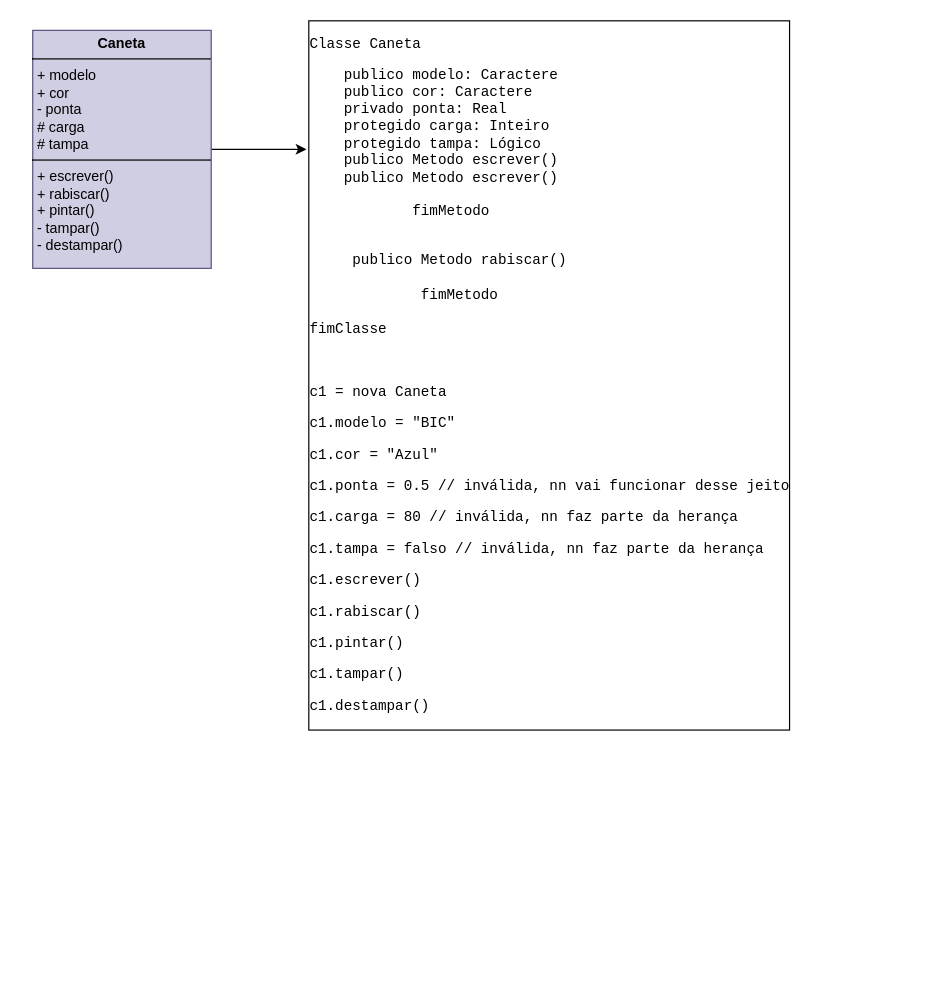
ryujin-n/Programming keeps this draw.io diagram as VSCode/Java/diagrama_de_classe.drawio. Above is the earlier version. Source tidied: cells renumbered, new cells numbered last; positions are measured from the earlier drawing's top-left corner, leaving out a move shared by most shapes. Both pictures are drawn from the tidied source at 119%, with x=0, y=0 at pixel (32, 30).
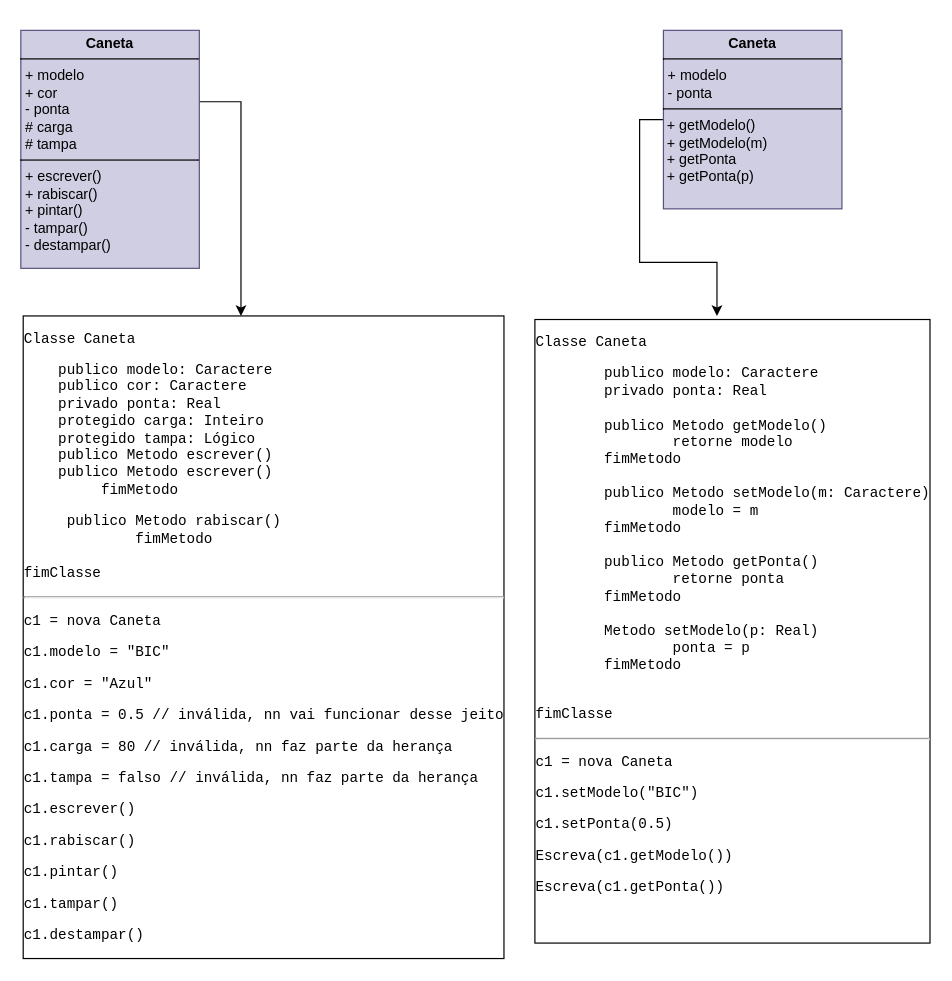
After the change.

Diff of the diagram source:
```diff
@@
 <mxGraphModel>
   <root>
     <mxCell id="0" />
     <mxCell id="1" parent="0" />
     <mxCell id="2" style="edgeStyle=orthogonalEdgeStyle;rounded=0;jettySize=auto;html=1;" parent="1" edge="1" source="3" target="4">
       <mxGeometry relative="1" as="geometry">
         <Array as="points">
-          <mxPoint x="300" y="30" />
-          <mxPoint x="300" y="30" />
+          <mxPoint x="175" y="60" />
         </Array>
       </mxGeometry>
     </mxCell>
     <mxCell id="3" value="&lt;p style=&quot;margin:0px;margin-top:4px;text-align:center;&quot;&gt;&lt;b&gt;Caneta&lt;/b&gt;&lt;/p&gt;&lt;hr size=&quot;1&quot; style=&quot;border-style:solid;&quot;&gt;&lt;p style=&quot;margin:0px;margin-left:4px;&quot;&gt;+ modelo&lt;br&gt;+ cor&lt;/p&gt;&lt;p style=&quot;margin:0px;margin-left:4px;&quot;&gt;- ponta&lt;/p&gt;&lt;p style=&quot;margin:0px;margin-left:4px;&quot;&gt;# carga&lt;/p&gt;&lt;p style=&quot;margin:0px;margin-left:4px;&quot;&gt;# tampa&lt;/p&gt;&lt;hr size=&quot;1&quot; style=&quot;border-style:solid;&quot;&gt;&lt;p style=&quot;margin:0px;margin-left:4px;&quot;&gt;+ escrever()&lt;/p&gt;&lt;p style=&quot;margin:0px;margin-left:4px;&quot;&gt;+ rabiscar()&lt;/p&gt;&lt;p style=&quot;margin:0px;margin-left:4px;&quot;&gt;+ pintar()&lt;/p&gt;&lt;p style=&quot;margin:0px;margin-left:4px;&quot;&gt;- tampar()&lt;/p&gt;&lt;p style=&quot;margin:0px;margin-left:4px;&quot;&gt;- destampar()&lt;/p&gt;&lt;p style=&quot;margin:0px;margin-left:4px;&quot;&gt;&lt;br&gt;&lt;/p&gt;" style="verticalAlign=top;align=left;overflow=fill;html=1;whiteSpace=wrap;fillColor=#d0cee2;strokeColor=#56517e;" parent="1" vertex="1">
-      <mxGeometry width="150" height="200" as="geometry" />
+      <mxGeometry x="-10" width="150" height="200" as="geometry" />
     </mxCell>
-    <mxCell id="4" value="&lt;div style=&quot;&quot;&gt;&lt;div style=&quot;&quot;&gt;&lt;pre style=&quot;font-family: &amp;quot;JetBrains Mono&amp;quot;, monospace;&quot;&gt;&lt;div style=&quot;line-height: 120%;&quot;&gt;&lt;p style=&quot;font-family: &amp;quot;JetBrains Mono&amp;quot;, monospace; line-height: 120%;&quot;&gt;&lt;/p&gt;&lt;pre&gt;&lt;span&gt;Classe Caneta&lt;/span&gt;&lt;/pre&gt;&lt;span&gt;    publico modelo: Caractere&lt;br&gt;&lt;/span&gt;&lt;span&gt;    publico cor: Caractere&lt;br&gt;&lt;/span&gt;&lt;span&gt;    privado ponta: Real&lt;br&gt;&lt;/span&gt;&lt;span&gt;    protegido carga: Inteiro&lt;br&gt;&lt;/span&gt;&lt;span&gt;    protegido tampa: Lógico&lt;br&gt;&lt;/span&gt;&lt;span&gt;    publico Metodo escrever()&lt;br&gt;&lt;/span&gt;&lt;span&gt;    publico Metodo escrever()&lt;br&gt;&lt;/span&gt;&lt;span&gt; &lt;br&gt;&lt;/span&gt;&lt;span&gt;    &lt;span style=&quot;white-space: pre;&quot;&gt;&#9;&lt;/span&gt;    fimMetodo&lt;/span&gt;&lt;p&gt;&lt;/p&gt;&lt;blockquote style=&quot;font-family: &amp;quot;JetBrains Mono&amp;quot;, monospace; line-height: 120%;&quot;&gt;&lt;/blockquote&gt;&lt;pre style=&quot;font-family: &amp;quot;JetBrains Mono&amp;quot;, monospace; line-height: 120%;&quot;&gt;&lt;span&gt;&lt;br&gt;     publico Metodo rabiscar()&lt;br&gt;   &lt;br&gt;             fimMetodo&lt;br&gt;&lt;br&gt;fimClasse&lt;/span&gt;&lt;/pre&gt;&lt;pre style=&quot;font-family: &amp;quot;JetBrains Mono&amp;quot;, monospace; line-height: 120%;&quot;&gt;&lt;span&gt;&lt;br&gt;&lt;/span&gt;&lt;/pre&gt;&lt;pre style=&quot;font-family: &amp;quot;JetBrains Mono&amp;quot;, monospace; line-height: 120%;&quot;&gt;&lt;span&gt;c1 = nova Caneta&lt;/span&gt;&lt;/pre&gt;&lt;pre style=&quot;font-family: &amp;quot;JetBrains Mono&amp;quot;, monospace; line-height: 120%;&quot;&gt;&lt;span&gt;c1.modelo = &quot;BIC&quot;&lt;/span&gt;&lt;/pre&gt;&lt;pre style=&quot;font-family: &amp;quot;JetBrains Mono&amp;quot;, monospace; line-height: 120%;&quot;&gt;&lt;span&gt;c1.cor = &quot;Azul&quot;&lt;/span&gt;&lt;/pre&gt;&lt;pre style=&quot;font-family: &amp;quot;JetBrains Mono&amp;quot;, monospace; line-height: 120%;&quot;&gt;&lt;span&gt;c1.ponta = 0.5 // inválida, nn vai funcionar desse jeito&lt;/span&gt;&lt;/pre&gt;&lt;pre style=&quot;font-family: &amp;quot;JetBrains Mono&amp;quot;, monospace; line-height: 120%;&quot;&gt;&lt;span&gt;c1.carga = 80 // inválida, nn faz parte da herança&lt;/span&gt;&lt;/pre&gt;&lt;pre style=&quot;font-family: &amp;quot;JetBrains Mono&amp;quot;, monospace; line-height: 120%;&quot;&gt;&lt;span&gt;c1.tampa = falso // inválida, nn faz parte da herança&lt;/span&gt;&lt;/pre&gt;&lt;pre style=&quot;font-family: &amp;quot;JetBrains Mono&amp;quot;, monospace; line-height: 120%;&quot;&gt;c1.escrever()&lt;/pre&gt;&lt;pre style=&quot;font-family: &amp;quot;JetBrains Mono&amp;quot;, monospace; line-height: 120%;&quot;&gt;c1.rabiscar()&lt;/pre&gt;&lt;pre style=&quot;font-family: &amp;quot;JetBrains Mono&amp;quot;, monospace; line-height: 120%;&quot;&gt;c1.pintar()&lt;/pre&gt;&lt;pre style=&quot;font-family: &amp;quot;JetBrains Mono&amp;quot;, monospace; line-height: 120%;&quot;&gt;c1.tampar()&lt;/pre&gt;&lt;pre style=&quot;font-family: &amp;quot;JetBrains Mono&amp;quot;, monospace; line-height: 120%;&quot;&gt;c1.destampar()&lt;/pre&gt;&lt;/div&gt;&lt;/pre&gt;&lt;/div&gt;&lt;/div&gt;" style="text;strokeColor=none;align=left;fillColor=none;html=1;verticalAlign=middle;rounded=0;fontColor=#000000;labelBorderColor=default;spacingLeft=0;whiteSpace=wrap;" parent="1" vertex="1">
-      <mxGeometry x="230" width="390" height="580" as="geometry" />
+    <mxCell id="4" value="&lt;div style=&quot;&quot;&gt;&lt;div style=&quot;&quot;&gt;&lt;pre style=&quot;&quot;&gt;&lt;div style=&quot;line-height: 120%;&quot;&gt;&lt;p style=&quot;font-family: &amp;quot;JetBrains Mono&amp;quot;, monospace; line-height: 120%;&quot;&gt;&lt;/p&gt;&lt;pre style=&quot;font-family: &amp;quot;JetBrains Mono&amp;quot;, monospace;&quot;&gt;&lt;span&gt;Classe Caneta&lt;/span&gt;&lt;/pre&gt;&lt;span style=&quot;font-family: &amp;quot;JetBrains Mono&amp;quot;, monospace;&quot;&gt;&lt;div style=&quot;&quot;&gt;&lt;span style=&quot;background-color: initial; white-space: normal;&quot;&gt;&amp;nbsp; &amp;nbsp; publico modelo: Caractere&lt;/span&gt;&lt;/div&gt;&lt;/span&gt;&lt;span style=&quot;font-family: &amp;quot;JetBrains Mono&amp;quot;, monospace;&quot;&gt;&lt;div style=&quot;&quot;&gt;&lt;span style=&quot;background-color: initial; white-space: normal;&quot;&gt;&amp;nbsp; &amp;nbsp; publico cor: Caractere&lt;/span&gt;&lt;/div&gt;&lt;/span&gt;&lt;span style=&quot;font-family: &amp;quot;JetBrains Mono&amp;quot;, monospace;&quot;&gt;&lt;div style=&quot;&quot;&gt;&lt;span style=&quot;background-color: initial; white-space: normal;&quot;&gt;&amp;nbsp; &amp;nbsp; privado ponta: Real&lt;/span&gt;&lt;/div&gt;&lt;/span&gt;&lt;span style=&quot;font-family: &amp;quot;JetBrains Mono&amp;quot;, monospace;&quot;&gt;&lt;div style=&quot;&quot;&gt;&lt;span style=&quot;background-color: initial; white-space: normal;&quot;&gt;&amp;nbsp; &amp;nbsp; protegido carga: Inteiro&lt;/span&gt;&lt;/div&gt;&lt;/span&gt;&lt;span style=&quot;font-family: &amp;quot;JetBrains Mono&amp;quot;, monospace;&quot;&gt;&lt;div style=&quot;&quot;&gt;&lt;span style=&quot;background-color: initial; white-space: normal;&quot;&gt;&amp;nbsp; &amp;nbsp; protegido tampa: Lógico&lt;/span&gt;&lt;/div&gt;&lt;/span&gt;&lt;span style=&quot;font-family: &amp;quot;JetBrains Mono&amp;quot;, monospace;&quot;&gt;&lt;div style=&quot;&quot;&gt;&lt;span style=&quot;background-color: initial; white-space: normal;&quot;&gt;&amp;nbsp; &amp;nbsp; publico Metodo escrever()&lt;/span&gt;&lt;/div&gt;&lt;/span&gt;&lt;span style=&quot;font-family: &amp;quot;JetBrains Mono&amp;quot;, monospace;&quot;&gt;&lt;div style=&quot;&quot;&gt;&lt;span style=&quot;background-color: initial; white-space: normal;&quot;&gt;&amp;nbsp; &amp;nbsp; publico Metodo escrever()&lt;/span&gt;&lt;/div&gt;&lt;/span&gt;&lt;span style=&quot;font-family: &amp;quot;JetBrains Mono&amp;quot;, monospace;&quot;&gt;&lt;div style=&quot;&quot;&gt;&lt;span style=&quot;background-color: initial; white-space: normal;&quot;&gt;&lt;/span&gt;&lt;/div&gt;&lt;/span&gt;&lt;span style=&quot;font-family: &amp;quot;JetBrains Mono&amp;quot;, monospace;&quot;&gt;&lt;div style=&quot;&quot;&gt;&lt;span style=&quot;background-color: initial; white-space: normal;&quot;&gt;    &lt;/span&gt;&lt;span style=&quot;background-color: initial;&quot;&gt;&#9;&lt;/span&gt;&lt;span style=&quot;background-color: initial; white-space: normal;&quot;&gt;    fimMetodo&lt;/span&gt;&lt;/div&gt;&lt;/span&gt;&lt;p style=&quot;font-family: &amp;quot;JetBrains Mono&amp;quot;, monospace;&quot;&gt;&lt;/p&gt;&lt;blockquote style=&quot;font-family: &amp;quot;JetBrains Mono&amp;quot;, monospace; line-height: 120%;&quot;&gt;&lt;/blockquote&gt;&lt;pre style=&quot;line-height: 120%;&quot;&gt;&lt;div style=&quot;font-family: &amp;quot;JetBrains Mono&amp;quot;, monospace;&quot;&gt;&lt;span style=&quot;background-color: initial; white-space: normal;&quot;&gt;&amp;nbsp; &amp;nbsp; &amp;nbsp;publico Metodo rabiscar()&lt;/span&gt;&lt;/div&gt;&lt;div style=&quot;font-family: &amp;quot;JetBrains Mono&amp;quot;, monospace;&quot;&gt;&lt;span style=&quot;background-color: initial; white-space: normal;&quot;&gt;&lt;/span&gt;&lt;/div&gt;&lt;div style=&quot;font-family: &amp;quot;JetBrains Mono&amp;quot;, monospace;&quot;&gt;&lt;span style=&quot;background-color: initial; white-space: normal;&quot;&gt;&amp;nbsp; &amp;nbsp; &amp;nbsp; &amp;nbsp; &amp;nbsp; &amp;nbsp; &amp;nbsp;fimMetodo&lt;/span&gt;&lt;/div&gt;&lt;div style=&quot;&quot;&gt;&lt;font face=&quot;JetBrains Mono, monospace&quot;&gt;&lt;br&gt;&lt;/font&gt;&lt;/div&gt;&lt;font face=&quot;JetBrains Mono, monospace&quot;&gt;&lt;div style=&quot;&quot;&gt;&lt;span style=&quot;background-color: initial; white-space: normal;&quot;&gt;fimClasse&lt;/span&gt;&lt;/div&gt;&lt;/font&gt;&lt;/pre&gt;&lt;pre style=&quot;font-family: &amp;quot;JetBrains Mono&amp;quot;, monospace; line-height: 120%;&quot;&gt;&lt;hr&gt;&lt;/pre&gt;&lt;pre style=&quot;font-family: &amp;quot;JetBrains Mono&amp;quot;, monospace; line-height: 120%;&quot;&gt;&lt;span&gt;c1 = nova Caneta&lt;/span&gt;&lt;/pre&gt;&lt;pre style=&quot;font-family: &amp;quot;JetBrains Mono&amp;quot;, monospace; line-height: 120%;&quot;&gt;&lt;span&gt;c1.modelo = &quot;BIC&quot;&lt;/span&gt;&lt;/pre&gt;&lt;pre style=&quot;font-family: &amp;quot;JetBrains Mono&amp;quot;, monospace; line-height: 120%;&quot;&gt;&lt;span&gt;c1.cor = &quot;Azul&quot;&lt;/span&gt;&lt;/pre&gt;&lt;pre style=&quot;font-family: &amp;quot;JetBrains Mono&amp;quot;, monospace; line-height: 120%;&quot;&gt;&lt;span&gt;c1.ponta = 0.5 // inválida, nn vai funcionar desse jeito&lt;/span&gt;&lt;/pre&gt;&lt;pre style=&quot;font-family: &amp;quot;JetBrains Mono&amp;quot;, monospace; line-height: 120%;&quot;&gt;&lt;span&gt;c1.carga = 80 // inválida, nn faz parte da herança&lt;/span&gt;&lt;/pre&gt;&lt;pre style=&quot;font-family: &amp;quot;JetBrains Mono&amp;quot;, monospace; line-height: 120%;&quot;&gt;&lt;span&gt;c1.tampa = falso // inválida, nn faz parte da herança&lt;/span&gt;&lt;/pre&gt;&lt;pre style=&quot;font-family: &amp;quot;JetBrains Mono&amp;quot;, monospace; line-height: 120%;&quot;&gt;c1.escrever()&lt;/pre&gt;&lt;pre style=&quot;font-family: &amp;quot;JetBrains Mono&amp;quot;, monospace; line-height: 120%;&quot;&gt;c1.rabiscar()&lt;/pre&gt;&lt;pre style=&quot;font-family: &amp;quot;JetBrains Mono&amp;quot;, monospace; line-height: 120%;&quot;&gt;c1.pintar()&lt;/pre&gt;&lt;pre style=&quot;font-family: &amp;quot;JetBrains Mono&amp;quot;, monospace; line-height: 120%;&quot;&gt;c1.tampar()&lt;/pre&gt;&lt;pre style=&quot;font-family: &amp;quot;JetBrains Mono&amp;quot;, monospace; line-height: 120%;&quot;&gt;c1.destampar()&lt;/pre&gt;&lt;/div&gt;&lt;/pre&gt;&lt;/div&gt;&lt;/div&gt;" style="text;strokeColor=none;align=left;fillColor=none;html=1;verticalAlign=middle;rounded=0;fontColor=#000000;labelBorderColor=default;spacingLeft=0;whiteSpace=wrap;" parent="1" vertex="1">
+      <mxGeometry x="-10" y="240" width="370" height="540" as="geometry" />
     </mxCell>
+    <mxCell id="5" style="edgeStyle=orthogonalEdgeStyle;rounded=0;jettySize=auto;html=1;exitX=0;exitY=0.5;exitDx=0;exitDy=0;entryX=0.5;entryY=0;entryDx=0;entryDy=0;" parent="1" edge="1" source="6" target="7">
+      <mxGeometry relative="1" as="geometry" />
+    </mxCell>
+    <mxCell id="6" value="&lt;p style=&quot;margin:0px;margin-top:4px;text-align:center;&quot;&gt;&lt;b&gt;Caneta&lt;/b&gt;&lt;/p&gt;&lt;hr size=&quot;1&quot; style=&quot;border-style:solid;&quot;&gt;&lt;p style=&quot;margin:0px;margin-left:4px;&quot;&gt;+ modelo&lt;/p&gt;&lt;p style=&quot;margin:0px;margin-left:4px;&quot;&gt;&lt;span style=&quot;background-color: initial;&quot;&gt;- ponta&lt;/span&gt;&lt;/p&gt;&lt;p style=&quot;margin:0px;margin-left:4px;&quot;&gt;&lt;/p&gt;&lt;hr size=&quot;1&quot; style=&quot;border-style:solid;&quot;&gt;&amp;nbsp;+ getModelo()&lt;br&gt;&amp;nbsp;+ getModelo(m)&lt;br&gt;&amp;nbsp;+ getPonta&amp;nbsp;&lt;br&gt;&amp;nbsp;+ getPonta(p)&lt;br&gt;&lt;p style=&quot;margin:0px;margin-left:4px;&quot;&gt;&lt;/p&gt;&lt;p style=&quot;margin:0px;margin-left:4px;&quot;&gt;&lt;/p&gt;" style="verticalAlign=top;align=left;overflow=fill;html=1;whiteSpace=wrap;fillColor=#d0cee2;strokeColor=#56517e;" parent="1" vertex="1">
+      <mxGeometry x="530" width="150" height="150" as="geometry" />
+    </mxCell>
+    <mxCell id="7" value="&lt;div style=&quot;&quot;&gt;&lt;div style=&quot;&quot;&gt;&lt;pre style=&quot;&quot;&gt;&lt;div style=&quot;line-height: 120%;&quot;&gt;&lt;p style=&quot;font-family: &amp;quot;JetBrains Mono&amp;quot;, monospace; line-height: 120%;&quot;&gt;&lt;/p&gt;&lt;pre style=&quot;font-family: &amp;quot;JetBrains Mono&amp;quot;, monospace;&quot;&gt;&lt;span&gt;Classe Caneta&lt;/span&gt;&lt;/pre&gt;&lt;span style=&quot;font-family: &amp;quot;JetBrains Mono&amp;quot;, monospace;&quot;&gt;&lt;div style=&quot;&quot;&gt;&lt;span style=&quot;background-color: initial;&quot;&gt;&lt;span style=&quot;white-space: pre;&quot;&gt;&#9;&lt;/span&gt;publico modelo: Caractere&lt;/span&gt;&lt;/div&gt;&lt;/span&gt;&lt;span style=&quot;font-family: &amp;quot;JetBrains Mono&amp;quot;, monospace;&quot;&gt;&lt;div style=&quot;&quot;&gt;&lt;span style=&quot;background-color: initial;&quot;&gt;&lt;span style=&quot;white-space: pre;&quot;&gt;&#9;&lt;/span&gt;privado ponta: Real&lt;/span&gt;&lt;/div&gt;&lt;div style=&quot;&quot;&gt;&lt;span style=&quot;background-color: initial;&quot;&gt;&lt;br&gt;&lt;/span&gt;&lt;/div&gt;&lt;div style=&quot;&quot;&gt;&lt;div style=&quot;border-color: rgb(218, 220, 224);&quot;&gt;&lt;span style=&quot;white-space: pre;&quot;&gt;&#9;&lt;/span&gt;publico Metodo getModelo()&lt;br style=&quot;border-color: rgb(218, 220, 224);&quot;&gt;&lt;span style=&quot;border-color: rgb(218, 220, 224); background-color: initial;&quot;&gt;&lt;/span&gt;&lt;/div&gt;&lt;div style=&quot;border-color: rgb(218, 220, 224);&quot;&gt;&lt;span style=&quot;border-color: rgb(218, 220, 224); background-color: initial;&quot;&gt;&lt;span style=&quot;border-color: rgb(218, 220, 224);&quot;&gt;&lt;span style=&quot;white-space: pre;&quot;&gt;&#9;&lt;/span&gt;&lt;span style=&quot;white-space: pre;&quot;&gt;&#9;&lt;/span&gt;retorne modelo&lt;/span&gt;&lt;br style=&quot;border-color: rgb(218, 220, 224);&quot;&gt;&lt;/span&gt;&lt;/div&gt;&lt;div style=&quot;border-color: rgb(218, 220, 224);&quot;&gt;&lt;span style=&quot;white-space: pre;&quot;&gt;&#9;&lt;/span&gt;fimMetodo&lt;br style=&quot;border-color: rgb(218, 220, 224);&quot;&gt;&lt;/div&gt;&lt;div style=&quot;border-color: rgb(218, 220, 224);&quot;&gt;&lt;br style=&quot;border-color: rgb(218, 220, 224);&quot;&gt;&lt;/div&gt;&lt;div style=&quot;border-color: rgb(218, 220, 224);&quot;&gt;&lt;span style=&quot;white-space: pre;&quot;&gt;&#9;&lt;/span&gt;publico Metodo setModelo(m: Caractere)&lt;br style=&quot;border-color: rgb(218, 220, 224);&quot;&gt;&lt;/div&gt;&lt;div style=&quot;border-color: rgb(218, 220, 224);&quot;&gt;&lt;span style=&quot;white-space: pre;&quot;&gt;&#9;&lt;/span&gt;&lt;span style=&quot;white-space: pre;&quot;&gt;&#9;&lt;/span&gt;modelo = m&lt;br style=&quot;border-color: rgb(218, 220, 224);&quot;&gt;&lt;/div&gt;&lt;div style=&quot;border-color: rgb(218, 220, 224);&quot;&gt;&lt;span style=&quot;white-space: pre;&quot;&gt;&#9;&lt;/span&gt;fimMetodo&lt;/div&gt;&lt;div style=&quot;border-color: rgb(218, 220, 224);&quot;&gt;&lt;br&gt;&lt;/div&gt;&lt;div style=&quot;border-color: rgb(218, 220, 224);&quot;&gt;&lt;div style=&quot;border-color: rgb(218, 220, 224);&quot;&gt;&lt;span style=&quot;white-space: pre;&quot;&gt;&#9;&lt;/span&gt;publico Metodo getPonta()&lt;br style=&quot;border-color: rgb(218, 220, 224);&quot;&gt;&lt;span style=&quot;border-color: rgb(218, 220, 224); background-color: initial;&quot;&gt;&lt;/span&gt;&lt;/div&gt;&lt;div style=&quot;border-color: rgb(218, 220, 224);&quot;&gt;&lt;span style=&quot;border-color: rgb(218, 220, 224); background-color: initial;&quot;&gt;&lt;span style=&quot;border-color: rgb(218, 220, 224);&quot;&gt;&lt;span style=&quot;white-space: pre;&quot;&gt;&#9;&lt;/span&gt;&lt;span style=&quot;white-space: pre;&quot;&gt;&#9;&lt;/span&gt;retorne ponta&lt;/span&gt;&lt;br style=&quot;border-color: rgb(218, 220, 224);&quot;&gt;&lt;/span&gt;&lt;/div&gt;&lt;div style=&quot;border-color: rgb(218, 220, 224);&quot;&gt;&lt;span style=&quot;white-space: pre;&quot;&gt;&#9;&lt;/span&gt;fimMetodo&lt;br style=&quot;border-color: rgb(218, 220, 224);&quot;&gt;&lt;/div&gt;&lt;div style=&quot;border-color: rgb(218, 220, 224);&quot;&gt;&lt;br style=&quot;border-color: rgb(218, 220, 224);&quot;&gt;&lt;/div&gt;&lt;div style=&quot;border-color: rgb(218, 220, 224);&quot;&gt;&lt;span style=&quot;white-space: pre;&quot;&gt;&#9;&lt;/span&gt;Metodo setModelo(p: Real)&lt;br style=&quot;border-color: rgb(218, 220, 224);&quot;&gt;&lt;/div&gt;&lt;div style=&quot;border-color: rgb(218, 220, 224);&quot;&gt;&lt;span style=&quot;white-space: pre;&quot;&gt;&#9;&lt;/span&gt;&lt;span style=&quot;white-space: pre;&quot;&gt;&#9;&lt;/span&gt;ponta = p&lt;br style=&quot;border-color: rgb(218, 220, 224);&quot;&gt;&lt;/div&gt;&lt;div style=&quot;border-color: rgb(218, 220, 224);&quot;&gt;&lt;span style=&quot;white-space: pre;&quot;&gt;&#9;&lt;/span&gt;fimMetodo&lt;/div&gt;&lt;/div&gt;&lt;/div&gt;&lt;/span&gt;&lt;span style=&quot;font-family: &amp;quot;JetBrains Mono&amp;quot;, monospace;&quot;&gt;&lt;div style=&quot;&quot;&gt;&lt;/div&gt;&lt;/span&gt;&lt;span style=&quot;font-family: &amp;quot;JetBrains Mono&amp;quot;, monospace;&quot;&gt;&lt;div style=&quot;&quot;&gt;&lt;span style=&quot;background-color: initial;&quot;&gt;&amp;nbsp;&lt;/span&gt;&lt;/div&gt;&lt;/span&gt;&lt;pre style=&quot;line-height: 120%;&quot;&gt;&lt;font face=&quot;JetBrains Mono, monospace&quot;&gt;&lt;div style=&quot;&quot;&gt;&lt;span style=&quot;background-color: initial;&quot;&gt;fimClasse&lt;/span&gt;&lt;/div&gt;&lt;/font&gt;&lt;/pre&gt;&lt;pre style=&quot;font-family: &amp;quot;JetBrains Mono&amp;quot;, monospace; line-height: 120%;&quot;&gt;&lt;hr&gt;&lt;/pre&gt;&lt;pre style=&quot;font-family: &amp;quot;JetBrains Mono&amp;quot;, monospace; line-height: 120%;&quot;&gt;&lt;span&gt;c1 = nova Caneta&lt;/span&gt;&lt;/pre&gt;&lt;pre style=&quot;font-family: &amp;quot;JetBrains Mono&amp;quot;, monospace; line-height: 120%;&quot;&gt;&lt;span&gt;c1.setModelo(&quot;BIC&quot;)&lt;/span&gt;&lt;/pre&gt;&lt;pre style=&quot;font-family: &amp;quot;JetBrains Mono&amp;quot;, monospace; line-height: 120%;&quot;&gt;&lt;/pre&gt;&lt;pre style=&quot;font-family: &amp;quot;JetBrains Mono&amp;quot;, monospace; line-height: 120%;&quot;&gt;&lt;span&gt;c1.setPonta(0.5)&lt;/span&gt;&lt;/pre&gt;&lt;pre style=&quot;font-family: &amp;quot;JetBrains Mono&amp;quot;, monospace; line-height: 120%;&quot;&gt;&lt;span&gt;Escreva(c1.getModelo())&lt;/span&gt;&lt;/pre&gt;&lt;pre style=&quot;font-family: &amp;quot;JetBrains Mono&amp;quot;, monospace; line-height: 120%;&quot;&gt;&lt;span&gt;Escreva(c1.getPonta())&lt;/span&gt;&lt;/pre&gt;&lt;pre style=&quot;font-family: &amp;quot;JetBrains Mono&amp;quot;, monospace; line-height: 120%;&quot;&gt;&lt;/pre&gt;&lt;pre style=&quot;font-family: &amp;quot;JetBrains Mono&amp;quot;, monospace; line-height: 120%;&quot;&gt;&lt;/pre&gt;&lt;pre style=&quot;font-family: &amp;quot;JetBrains Mono&amp;quot;, monospace; line-height: 120%;&quot;&gt;&lt;br&gt;&lt;/pre&gt;&lt;/div&gt;&lt;/pre&gt;&lt;/div&gt;&lt;/div&gt;" style="text;strokeColor=none;align=left;fillColor=none;html=1;verticalAlign=middle;rounded=0;fontColor=#000000;labelBorderColor=default;spacingLeft=0;whiteSpace=wrap;" parent="1" vertex="1">
+      <mxGeometry x="420" y="240" width="310" height="530" as="geometry" />
+    </mxCell>
   </root>
 </mxGraphModel>
```
